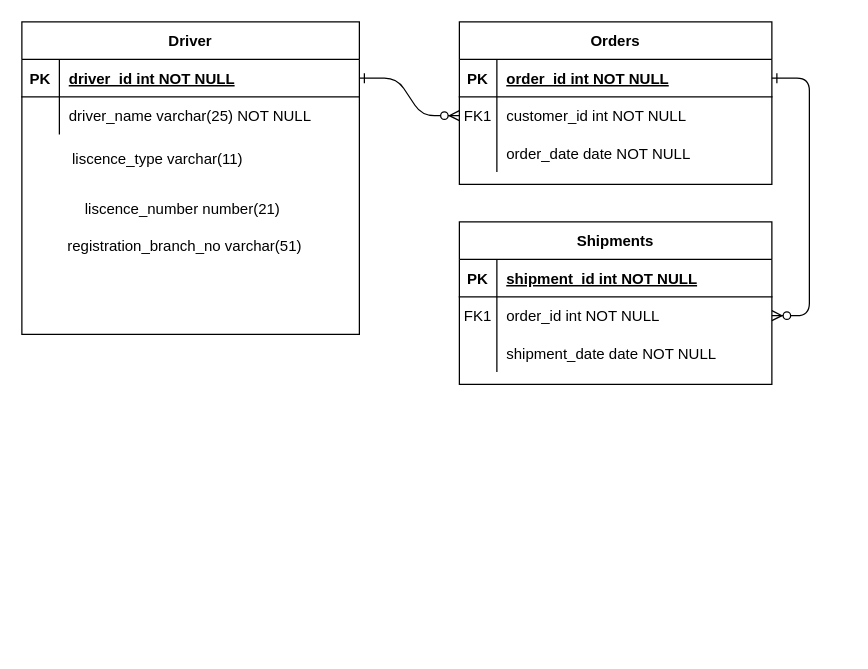
Earlier version of the draw.io diagram Untitled Diagram.drawio (Pawananjani1A/ER_Diagrams). Source tidied: cells renumbered, new cells numbered last; positions are measured from the earlier drawing's top-left corner, leaving out a move shared by most shapes. Both pictures are drawn from the tidied source at 125%, with x=0, y=0 at pixel (21, 21).
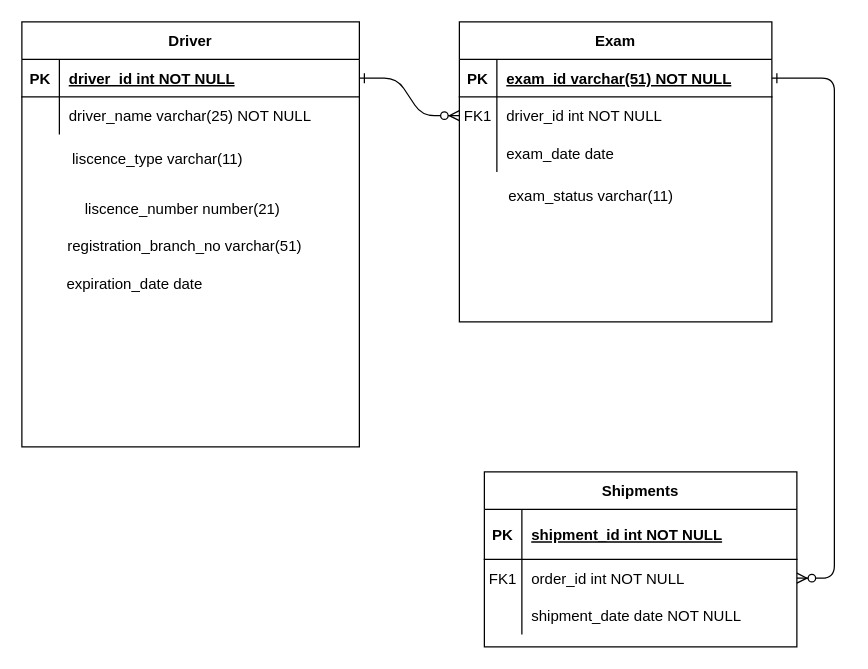
The same diagram, later.

The change refers to these unchanged cells:
```xml
<mxCell id="5" style="shape=partialRectangle;fillColor=none;points=[[0,0.5],[1,0.5]];portConstraint=eastwest;top=0;left=0;right=0;bottom=1;" parent="4" vertex="1">
  <mxGeometry y="30" width="250" height="30" as="geometry" />
</mxCell>
<mxCell id="8" style="shape=partialRectangle;fillColor=none;points=[[0,0.5],[1,0.5]];portConstraint=eastwest;top=0;left=0;right=0;bottom=0;" parent="4" vertex="1">
  <mxGeometry y="60" width="250" height="30" as="geometry" />
</mxCell>
<mxCell id="11" style="shape=partialRectangle;fillColor=none;top=0;left=0;right=0;bottom=0;" parent="4" vertex="1">
  <mxGeometry y="90" width="250" height="30" as="geometry" />
</mxCell>
```

What changed in the source:
```diff
@@
-    <mxCell id="4" value="Orders" style="shape=table;startSize=30;childLayout=tableLayout;rowLines=0;fontStyle=1;align=center;" parent="1" vertex="1">
-      <mxGeometry x="350" width="250" height="130" as="geometry" />
+    <mxCell id="4" value="Exam" style="shape=table;startSize=30;childLayout=tableLayout;rowLines=0;fontStyle=1;align=center;" parent="1" vertex="1">
+      <mxGeometry x="350" width="250" height="240" as="geometry" />
     </mxCell>
@@
-    <mxCell id="7" value="order_id int NOT NULL " style="shape=partialRectangle;overflow=hidden;fillColor=none;top=0;left=0;bottom=0;right=0;align=left;spacingLeft=6;fontStyle=5;" parent="5" vertex="1">
+    <mxCell id="7" value="exam_id varchar(51) NOT NULL" style="shape=partialRectangle;overflow=hidden;fillColor=none;top=0;left=0;bottom=0;right=0;align=left;spacingLeft=6;fontStyle=5;" parent="5" vertex="1">
       <mxGeometry x="30" width="220" height="30" as="geometry" />
     </mxCell>
@@
-    <mxCell id="10" value="customer_id int NOT NULL" style="shape=partialRectangle;overflow=hidden;fillColor=none;top=0;left=0;bottom=0;right=0;align=left;spacingLeft=6;" parent="8" vertex="1">
+    <mxCell id="10" value="driver_id int NOT NULL" style="shape=partialRectangle;overflow=hidden;fillColor=none;top=0;left=0;bottom=0;right=0;align=left;spacingLeft=6;" parent="8" vertex="1">
       <mxGeometry x="30" width="220" height="30" as="geometry" />
     </mxCell>
@@
-    <mxCell id="13" value="order_date date NOT NULL" style="shape=partialRectangle;overflow=hidden;fillColor=none;top=0;left=0;bottom=0;right=0;align=left;spacingLeft=6;" parent="11" vertex="1">
+    <mxCell id="13" value="exam_date date " style="shape=partialRectangle;overflow=hidden;fillColor=none;top=0;left=0;bottom=0;right=0;align=left;spacingLeft=6;" parent="11" vertex="1">
       <mxGeometry x="30" width="220" height="30" as="geometry" />
     </mxCell>
     <mxCell id="14" value="Shipments" style="shape=table;startSize=30;childLayout=tableLayout;rowLines=0;fontStyle=1;align=center;" parent="1" vertex="1">
-      <mxGeometry x="350" y="160" width="250" height="130" as="geometry" />
+      <mxGeometry x="370" y="360" width="250" height="140" as="geometry" />
     </mxCell>
     <mxCell id="15" style="shape=partialRectangle;fillColor=none;top=0;left=0;right=0;bottom=1;" parent="14" vertex="1">
-      <mxGeometry y="30" width="250" height="30" as="geometry" />
+      <mxGeometry y="30" width="250" height="40" as="geometry" />
     </mxCell>
     <mxCell id="16" value="PK" style="shape=partialRectangle;overflow=hidden;fillColor=none;top=0;left=0;bottom=0;right=0;fontStyle=1;" parent="15" vertex="1">
-      <mxGeometry width="30" height="30" as="geometry" />
+      <mxGeometry width="30" height="40" as="geometry" />
     </mxCell>
     <mxCell id="17" value="shipment_id int NOT NULL " style="shape=partialRectangle;overflow=hidden;fillColor=none;top=0;left=0;bottom=0;right=0;align=left;spacingLeft=6;fontStyle=5;" parent="15" vertex="1">
-      <mxGeometry x="30" width="220" height="30" as="geometry" />
+      <mxGeometry x="30" width="220" height="40" as="geometry" />
     </mxCell>
     <mxCell id="18" style="shape=partialRectangle;fillColor=none;points=[[0,0.5],[1,0.5]];portConstraint=eastwest;top=0;left=0;right=0;bottom=0;" parent="14" vertex="1">
-      <mxGeometry y="60" width="250" height="30" as="geometry" />
+      <mxGeometry y="70" width="250" height="30" as="geometry" />
     </mxCell>
@@
     <mxCell id="21" style="shape=partialRectangle;fillColor=none;top=0;left=0;right=0;bottom=0;" parent="14" vertex="1">
-      <mxGeometry y="90" width="250" height="30" as="geometry" />
+      <mxGeometry y="100" width="250" height="30" as="geometry" />
     </mxCell>
@@
     <mxCell id="24" value="Driver" style="shape=table;startSize=30;childLayout=tableLayout;rowLines=0;fontStyle=1;align=center;" parent="1" vertex="1">
-      <mxGeometry width="270" height="250" as="geometry" />
+      <mxGeometry width="270" height="340" as="geometry" />
     </mxCell>
@@
+    <mxCell id="34" value="expiration_date date" style="text;html=1;align=center;verticalAlign=middle;strokeColor=none;" parent="1" vertex="1">
+      <mxGeometry x="30" y="200" width="120" height="20" as="geometry" />
+    </mxCell>
+    <mxCell id="35" value="exam_status varchar(11)" style="text;html=1;align=center;verticalAlign=middle;strokeColor=none;" parent="1" vertex="1">
+      <mxGeometry x="380" y="130" width="150" height="20" as="geometry" />
+    </mxCell>
```
